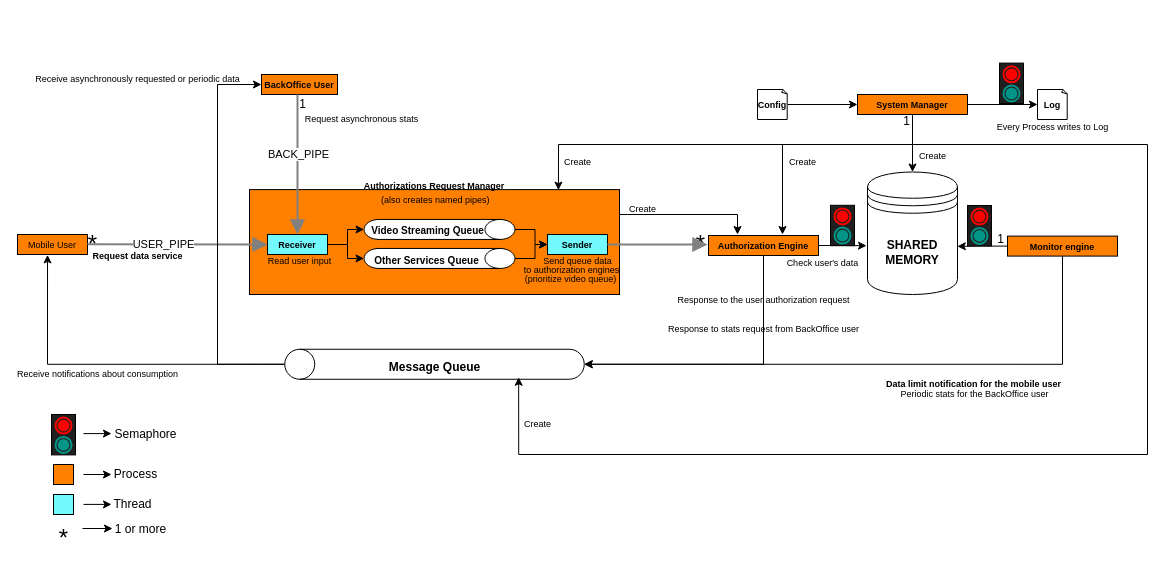
NunoMBatista/SO-Final-Project keeps this draw.io diagram as Diagram.drawio. Above is the earlier version. Source tidied: cells renumbered, new cells numbered last; positions are measured from the earlier drawing's top-left corner, leaving out a move shared by most shapes. Both pictures are drawn from the tidied source at 100%, with x=0, y=0 at pixel (17, 59).
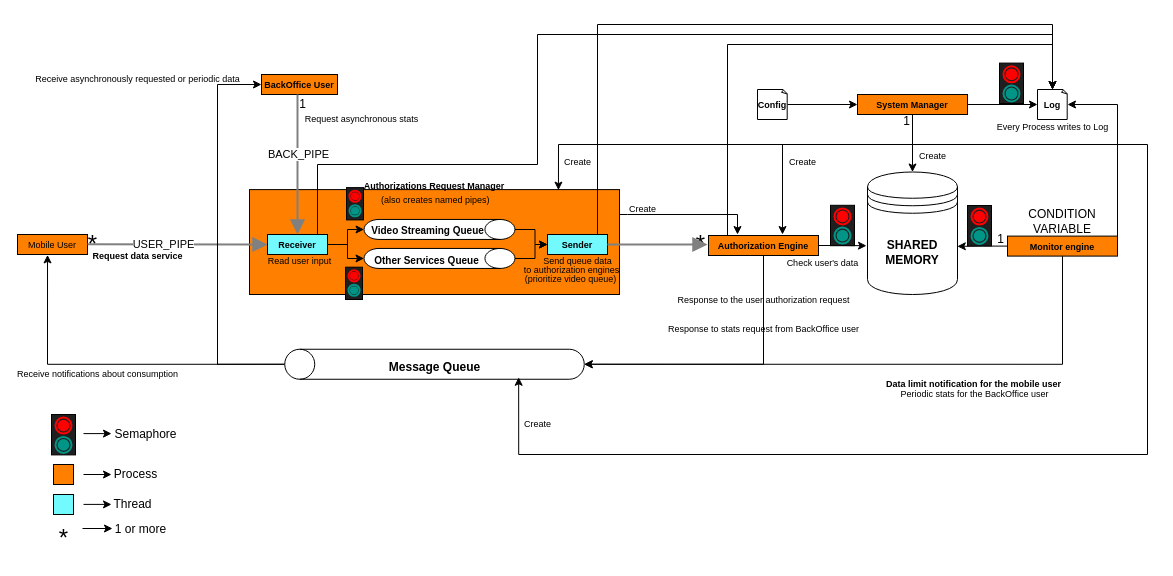
Above is the later version.

The change refers to these unchanged cells:
```xml
<mxCell id="16" value="&lt;b&gt;&lt;font style=&quot;font-size: 9px;&quot;&gt;Sender&lt;/font&gt;&lt;/b&gt;" style="rounded=0;whiteSpace=wrap;html=1;fillColor=#73FAFF;" parent="1" vertex="1">
  <mxGeometry x="530" y="175" width="60" height="20" as="geometry" />
</mxCell>
<mxCell id="21" value="&lt;b&gt;&lt;font style=&quot;font-size: 9px;&quot;&gt;Authorization Engine&lt;br&gt;&lt;/font&gt;&lt;/b&gt;" style="rounded=0;whiteSpace=wrap;html=1;fillColor=#FF8000;" parent="1" vertex="1">
  <mxGeometry x="691" y="176" width="110" height="20" as="geometry" />
</mxCell>
<mxCell id="29" value="&lt;b&gt;&lt;font style=&quot;font-size: 9px;&quot;&gt;Monitor engine&lt;font&gt;&lt;br&gt;&lt;/font&gt;&lt;/font&gt;&lt;/b&gt;" style="rounded=0;whiteSpace=wrap;html=1;fillColor=#FF8000;" parent="1" vertex="1">
  <mxGeometry x="990" y="176.6" width="110" height="20" as="geometry" />
</mxCell>
<mxCell id="43" value="&lt;b&gt;&lt;font style=&quot;font-size: 9px;&quot;&gt;Log&lt;/font&gt;&lt;/b&gt;" style="whiteSpace=wrap;html=1;shape=mxgraph.basic.document;" parent="1" vertex="1">
  <mxGeometry x="1020" y="30" width="30" height="30" as="geometry" />
</mxCell>
```

Diff of the diagram source:
```diff
@@
+    <mxCell id="87" style="edgeStyle=orthogonalEdgeStyle;rounded=0;jettySize=auto;html=1;entryX=0.5;entryY=0;entryDx=0;entryDy=0;entryPerimeter=0;" parent="1" edge="1" source="16" target="43">
+      <mxGeometry relative="1" as="geometry">
+        <Array as="points">
+          <mxPoint x="580" y="-35" />
+          <mxPoint x="1035" y="-35" />
+        </Array>
+      </mxGeometry>
+    </mxCell>
@@
+    <mxCell id="88" style="edgeStyle=orthogonalEdgeStyle;rounded=0;jettySize=auto;html=1;entryX=0.5;entryY=0;entryDx=0;entryDy=0;entryPerimeter=0;" parent="1" edge="1" source="21" target="43">
+      <mxGeometry relative="1" as="geometry">
+        <Array as="points">
+          <mxPoint x="710" y="-15" />
+          <mxPoint x="1035" y="-15" />
+        </Array>
+      </mxGeometry>
+    </mxCell>
@@
+    <mxCell id="89" style="edgeStyle=orthogonalEdgeStyle;rounded=0;jettySize=auto;html=1;entryX=0.5;entryY=0;entryDx=0;entryDy=0;entryPerimeter=0;" parent="1" edge="1" target="43">
+      <mxGeometry relative="1" as="geometry">
+        <mxPoint x="290" y="175" as="sourcePoint" />
+        <Array as="points">
+          <mxPoint x="300" y="175" />
+          <mxPoint x="300" y="105" />
+          <mxPoint x="520" y="105" />
+          <mxPoint x="520" y="-25" />
+          <mxPoint x="1035" y="-25" />
+        </Array>
+      </mxGeometry>
+    </mxCell>
@@
+    <mxCell id="90" value="CONDITION VARIABLE" style="text;html=1;align=center;verticalAlign=middle;whiteSpace=wrap;rounded=0;" parent="1" vertex="1">
+      <mxGeometry x="1015" y="146.8" width="60" height="30" as="geometry" />
+    </mxCell>
+    <mxCell id="91" style="rounded=0;whiteSpace=wrap;html=1;fillColor=#1F1F1F;" parent="1" vertex="1">
+      <mxGeometry x="328" y="207.7" width="17" height="32.3" as="geometry" />
+    </mxCell>
+    <mxCell id="92" style="dashed=0;labelPosition=right;align=left;shape=mxgraph.gmdl.radiobutton;strokeColor=#FF0000;fillColor=#FF0000;strokeWidth=2;sketch=0;html=1;" parent="1" vertex="1">
+      <mxGeometry x="331" y="210.8" width="11.1" height="11.1" as="geometry" />
+    </mxCell>
+    <mxCell id="93" style="dashed=0;labelPosition=right;align=left;shape=mxgraph.gmdl.radiobutton;strokeColor=#009587;fillColor=#009587;strokeWidth=2;sketch=0;html=1;" parent="1" vertex="1">
+      <mxGeometry x="331" y="225.2" width="11.1" height="11.1" as="geometry" />
+    </mxCell>
+    <mxCell id="94" style="rounded=0;whiteSpace=wrap;html=1;fillColor=#1F1F1F;" parent="1" vertex="1">
+      <mxGeometry x="329" y="128.1" width="17" height="32.3" as="geometry" />
+    </mxCell>
+    <mxCell id="95" style="dashed=0;labelPosition=right;align=left;shape=mxgraph.gmdl.radiobutton;strokeColor=#FF0000;fillColor=#FF0000;strokeWidth=2;sketch=0;html=1;" parent="1" vertex="1">
+      <mxGeometry x="332" y="131.2" width="11.1" height="11.1" as="geometry" />
+    </mxCell>
+    <mxCell id="96" style="dashed=0;labelPosition=right;align=left;shape=mxgraph.gmdl.radiobutton;strokeColor=#009587;fillColor=#009587;strokeWidth=2;sketch=0;html=1;" parent="1" vertex="1">
+      <mxGeometry x="332" y="145.7" width="11.1" height="11.1" as="geometry" />
+    </mxCell>
+    <mxCell id="97" style="edgeStyle=orthogonalEdgeStyle;rounded=0;jettySize=auto;html=1;entryX=1;entryY=0.5;entryDx=0;entryDy=0;entryPerimeter=0;" parent="1" edge="1" source="29" target="43">
+      <mxGeometry relative="1" as="geometry">
+        <Array as="points">
+          <mxPoint x="1100" y="45" />
+        </Array>
+      </mxGeometry>
+    </mxCell>
```
